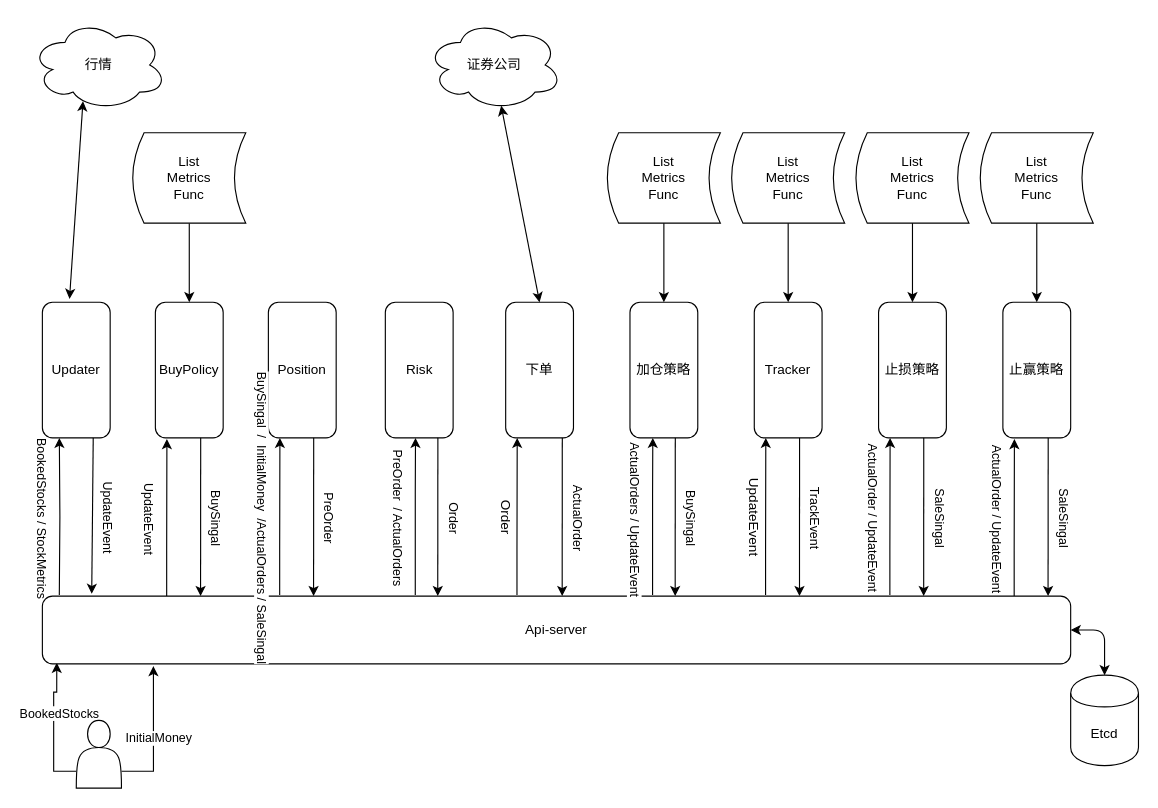
Earlier version of the draw.io diagram model.drawio (charlesren/eagle). Source tidied: cells renumbered, new cells numbered last; positions are measured from the earlier drawing's top-left corner, leaving out a move shared by most shapes. Both pictures are drawn from the tidied source at 113%, with x=0, y=0 at pixel (31, 19).
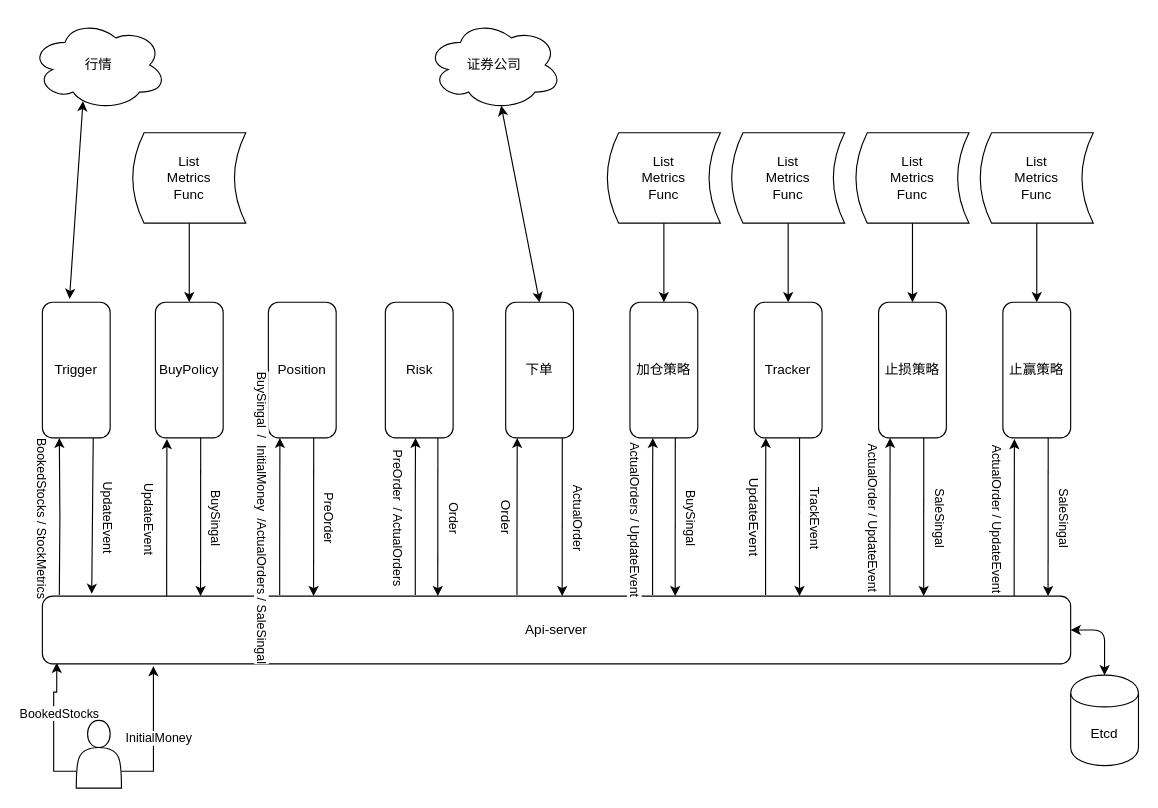
Above is the later version.

The edit, as a diff of the source:
```diff
@@
-    <mxCell id="2" value="Updater" style="rounded=1;whiteSpace=wrap;html=1;direction=south;" parent="1" vertex="1">
+    <mxCell id="2" value="Trigger" style="rounded=1;whiteSpace=wrap;html=1;direction=south;" parent="1" vertex="1">
       <mxGeometry x="10" y="250" width="60" height="120" as="geometry" />
     </mxCell>
```
